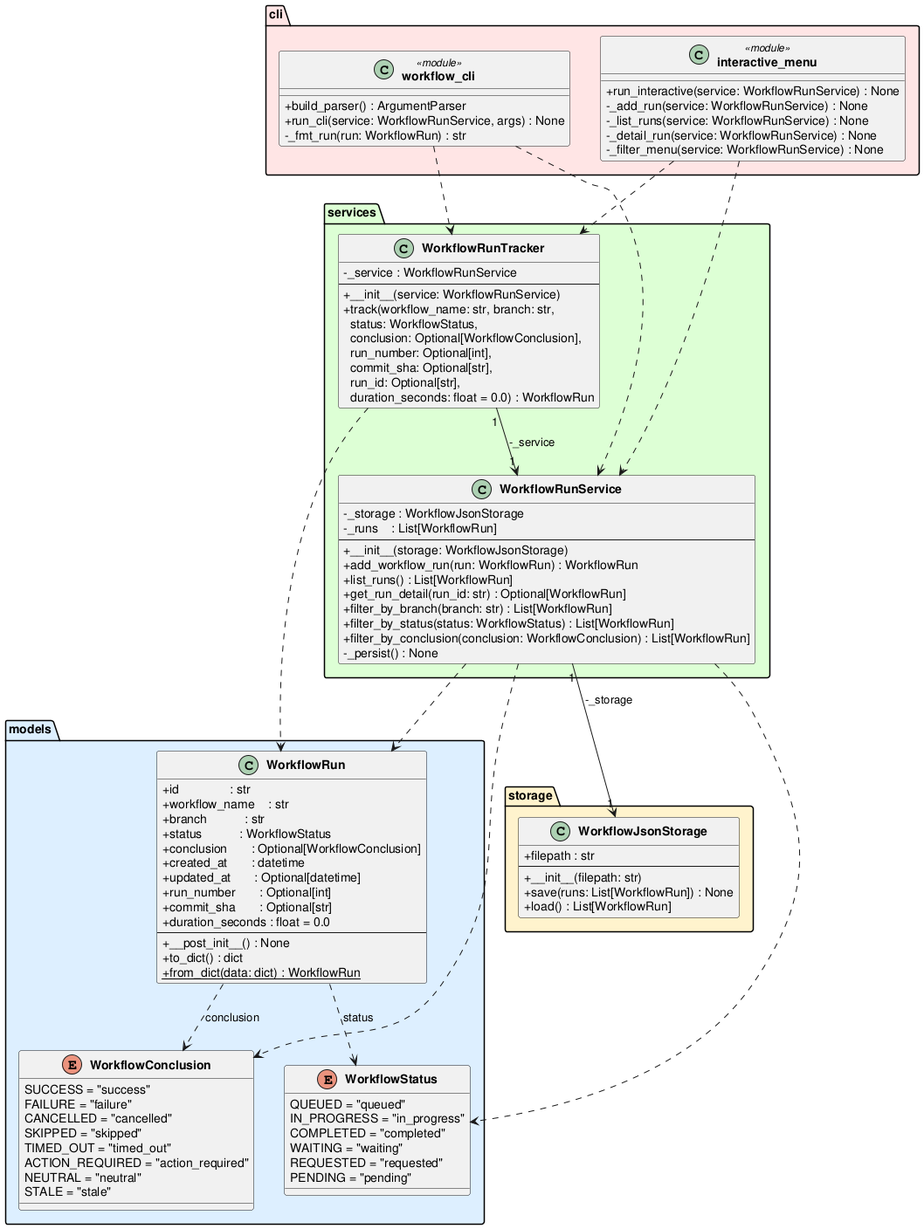
DanielRiha8906/Software_autoevolution_using_agents keeps this PlantUML diagram as experiments/pipeline/user_stories/github-workflow-manager/artifacts/class_diagram.png. Above is the earlier version.
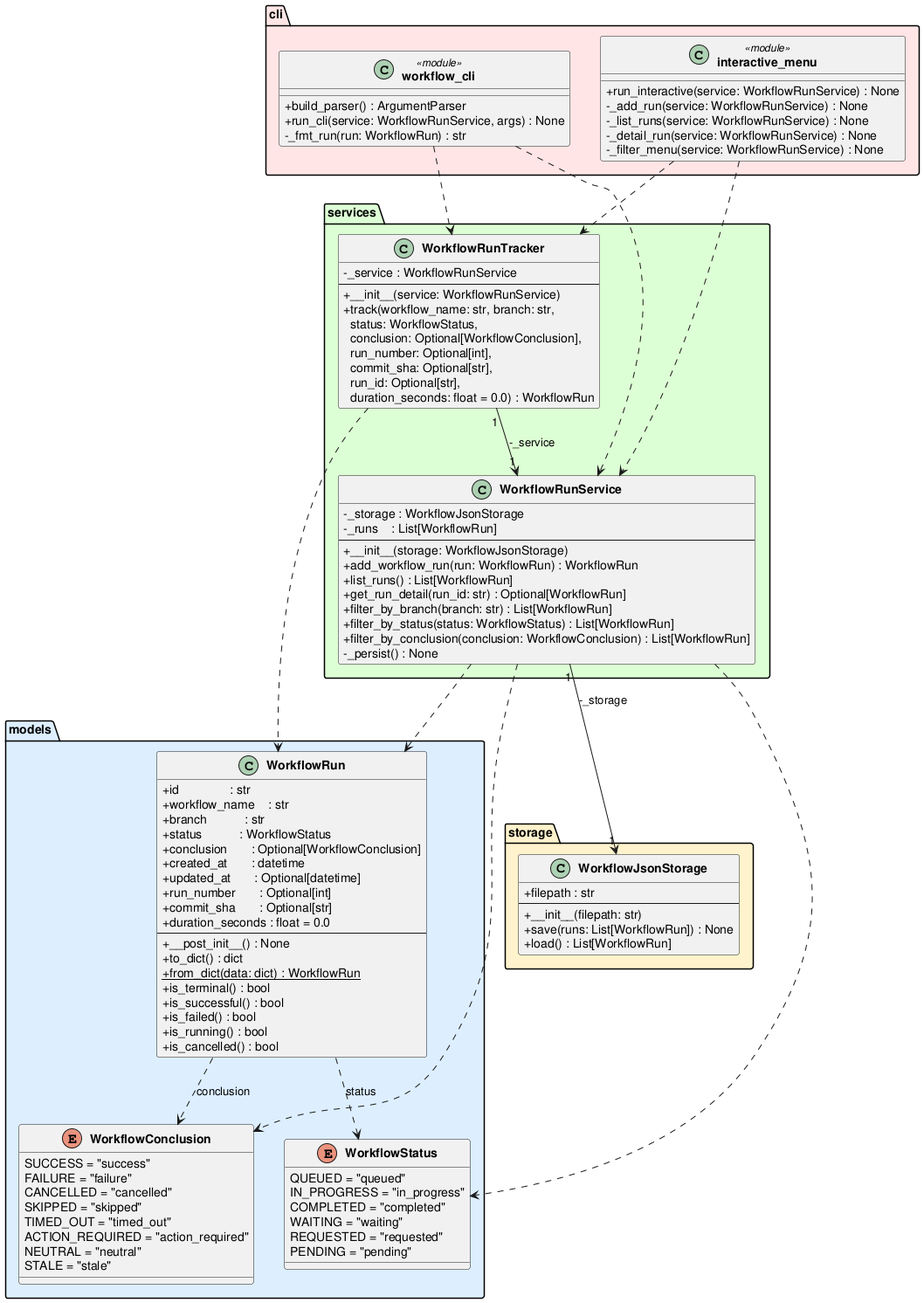
Above is the later version.

Diff of the diagram source:
```diff
@@ -39,6 +39,11 @@
         +__post_init__() : None
         +to_dict() : dict
         +{static} from_dict(data: dict) : WorkflowRun
+        +is_terminal() : bool
+        +is_successful() : bool
+        +is_failed() : bool
+        +is_running() : bool
+        +is_cancelled() : bool
     }
 }
 
```
